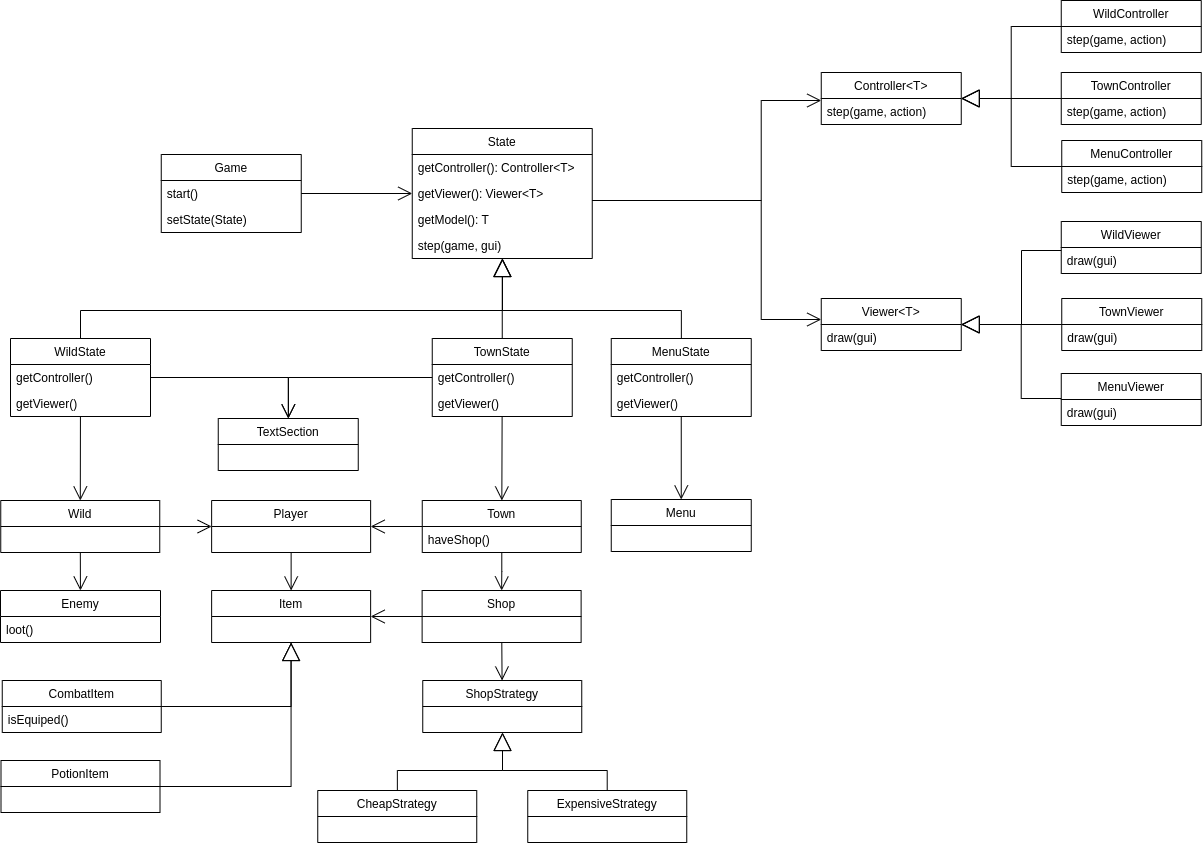
Before: docs/uml/UML.png, a diagram exported from draw.io (sirkotal/Gradle-Knights). Source tidied: cells renumbered, new cells last; positions are measured from the earlier drawing's top-left corner, leaving out a move shared by most shapes.
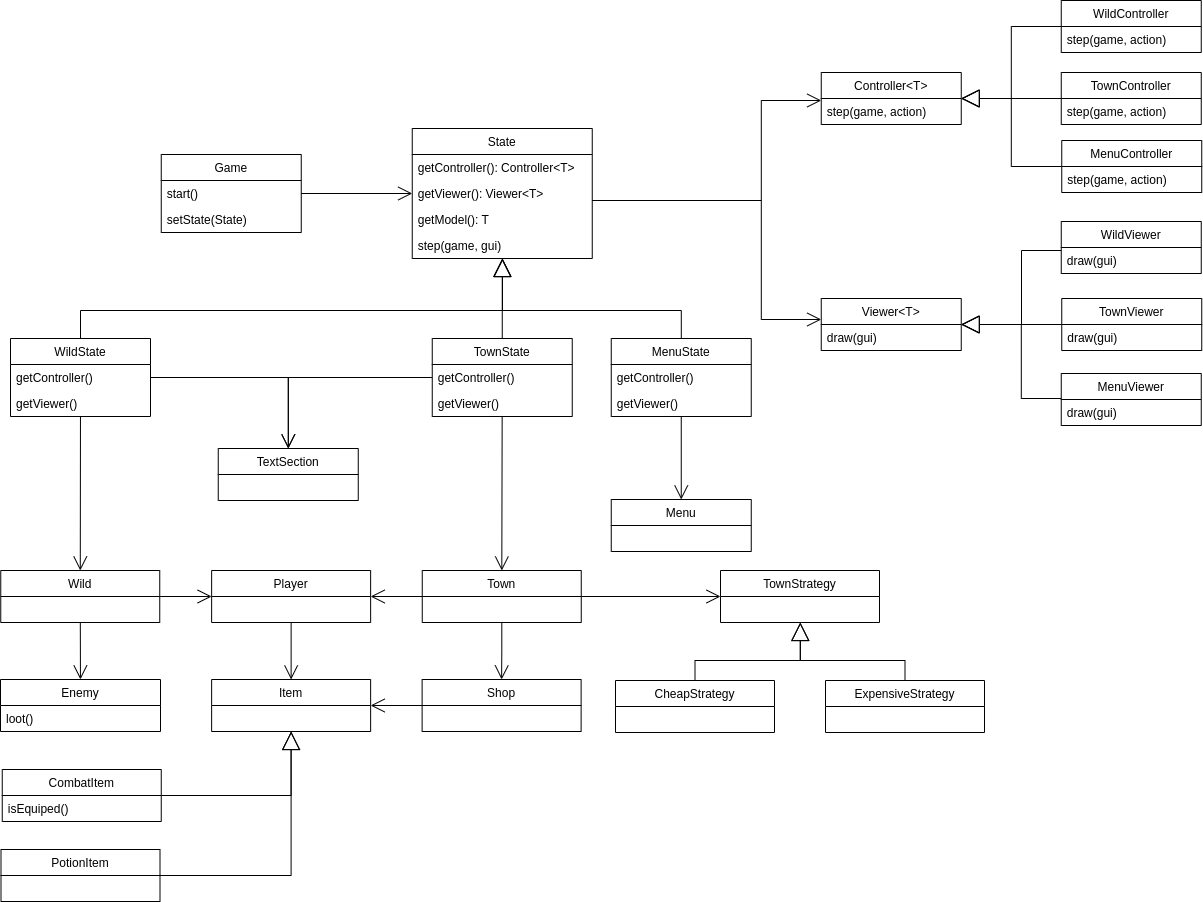
After the change.

Commit message:
updated town to have strategy instead of shop

Change to the diagram source:
```diff
@@ -102,13 +102,10 @@
       <mxGeometry x="610.8" y="499" width="140" height="52" as="geometry" />
     </mxCell>
     <mxCell id="25" value="Town" style="swimlane;fontStyle=0;horizontal=1;startSize=26;fillColor=none;" parent="1" vertex="1">
-      <mxGeometry x="421.8" y="500" width="159" height="52" as="geometry" />
+      <mxGeometry x="421.8" y="570" width="159" height="52" as="geometry" />
     </mxCell>
-    <mxCell id="26" value="haveShop()" style="text;strokeColor=none;fillColor=none;align=left;verticalAlign=top;spacingLeft=4;spacingRight=4;overflow=hidden;" parent="25" vertex="1">
-      <mxGeometry y="26" width="159" height="26" as="geometry" />
-    </mxCell>
     <mxCell id="27" value="Wild" style="swimlane;fontStyle=0;horizontal=1;startSize=26;fillColor=none;" parent="1" vertex="1">
-      <mxGeometry x="0.2" y="500" width="159" height="52" as="geometry" />
+      <mxGeometry x="0.2" y="570" width="159" height="52" as="geometry" />
     </mxCell>
     <mxCell id="28" value="Controller&lt;T&gt;" style="swimlane;fontStyle=0;horizontal=1;startSize=26;fillColor=none;" parent="1" vertex="1">
       <mxGeometry x="820.8" y="72" width="140" height="52" as="geometry" />
@@ -147,13 +144,13 @@
       <mxGeometry y="26" width="140" height="26" as="geometry" />
     </mxCell>
     <mxCell id="40" value="TextSection" style="swimlane;fontStyle=0;horizontal=1;startSize=26;fillColor=none;" parent="1" vertex="1">
-      <mxGeometry x="217.8" y="418" width="140" height="52" as="geometry" />
+      <mxGeometry x="217.8" y="448" width="140" height="52" as="geometry" />
     </mxCell>
     <mxCell id="41" value="Player" style="swimlane;fontStyle=0;horizontal=1;startSize=26;fillColor=none;" parent="1" vertex="1">
-      <mxGeometry x="211.1" y="500" width="159" height="52" as="geometry" />
+      <mxGeometry x="211.1" y="570" width="159" height="52" as="geometry" />
     </mxCell>
     <mxCell id="42" value="Shop" style="swimlane;fontStyle=0;horizontal=1;startSize=26;fillColor=none;" parent="1" vertex="1">
-      <mxGeometry x="421.6" y="590" width="159" height="52" as="geometry" />
+      <mxGeometry x="421.6" y="679" width="159" height="52" as="geometry" />
     </mxCell>
     <mxCell id="43" style="endArrow=open;endFill=1;endSize=12;html=1;rounded=0;edgeStyle=orthogonalEdgeStyle;" parent="1" edge="1" source="25" target="42">
       <mxGeometry relative="1" as="geometry" />
@@ -168,7 +165,7 @@
       <mxGeometry relative="1" as="geometry" />
     </mxCell>
     <mxCell id="47" value="Enemy" style="swimlane;fontStyle=0;horizontal=1;startSize=26;fillColor=none;" parent="1" vertex="1">
-      <mxGeometry y="590" width="160" height="52" as="geometry" />
+      <mxGeometry y="679" width="160" height="52" as="geometry" />
     </mxCell>
     <mxCell id="48" value="loot()" style="text;strokeColor=none;fillColor=none;align=left;verticalAlign=top;spacingLeft=4;spacingRight=4;overflow=hidden;" parent="47" vertex="1">
       <mxGeometry y="26" width="160" height="26" as="geometry" />
@@ -231,36 +228,36 @@
     <mxCell id="64" style="endArrow=block;endSize=16;endFill=0;html=1;rounded=0;" parent="1" edge="1" source="62" target="30">
       <mxGeometry relative="1" as="geometry" />
     </mxCell>
-    <mxCell id="65" value="ShopStrategy" style="swimlane;fontStyle=0;horizontal=1;startSize=26;fillColor=none;" parent="1" vertex="1">
-      <mxGeometry x="422.2" y="680" width="159" height="52" as="geometry" />
+    <mxCell id="65" value="TownStrategy" style="swimlane;fontStyle=0;horizontal=1;startSize=26;fillColor=none;" parent="1" vertex="1">
+      <mxGeometry x="720" y="570" width="159" height="52" as="geometry" />
     </mxCell>
-    <mxCell id="66" style="endArrow=open;endFill=1;endSize=12;html=1;rounded=0;" parent="1" edge="1" source="42" target="65">
+    <mxCell id="66" style="endArrow=open;endFill=1;endSize=12;html=1;rounded=0;" parent="1" edge="1" source="25" target="65">
       <mxGeometry relative="1" as="geometry" />
     </mxCell>
     <mxCell id="67" value="CheapStrategy" style="swimlane;fontStyle=0;horizontal=1;startSize=26;fillColor=none;" parent="1" vertex="1">
-      <mxGeometry x="317.2" y="790" width="159" height="52" as="geometry" />
+      <mxGeometry x="615" y="680" width="159" height="52" as="geometry" />
     </mxCell>
     <mxCell id="68" value="ExpensiveStrategy" style="swimlane;fontStyle=0;horizontal=1;startSize=26;fillColor=none;" parent="1" vertex="1">
-      <mxGeometry x="527.2" y="790" width="159" height="52" as="geometry" />
+      <mxGeometry x="825" y="680" width="159" height="52" as="geometry" />
     </mxCell>
     <mxCell id="69" style="endArrow=block;endSize=16;endFill=0;html=1;rounded=0;edgeStyle=orthogonalEdgeStyle;" parent="1" edge="1" source="67" target="65">
       <mxGeometry x="-0.03" y="-20" relative="1" as="geometry">
         <Array as="points">
-          <mxPoint x="397" y="770" />
-          <mxPoint x="502" y="770" />
+          <mxPoint x="694.8" y="660" />
+          <mxPoint x="799.8" y="660" />
         </Array>
       </mxGeometry>
     </mxCell>
     <mxCell id="70" style="endArrow=block;endSize=16;endFill=0;html=1;rounded=0;edgeStyle=orthogonalEdgeStyle;" parent="1" edge="1" source="68" target="65">
       <mxGeometry x="-0.03" y="-20" relative="1" as="geometry">
         <Array as="points">
-          <mxPoint x="607" y="770" />
-          <mxPoint x="502" y="770" />
+          <mxPoint x="904.8" y="660" />
+          <mxPoint x="799.8" y="660" />
         </Array>
       </mxGeometry>
     </mxCell>
     <mxCell id="71" value="Item" style="swimlane;fontStyle=0;horizontal=1;startSize=26;fillColor=none;" parent="1" vertex="1">
-      <mxGeometry x="211.1" y="590" width="159" height="52" as="geometry" />
+      <mxGeometry x="211.1" y="679" width="159" height="52" as="geometry" />
     </mxCell>
     <mxCell id="72" style="endArrow=open;endFill=1;endSize=12;html=1;rounded=0;" parent="1" edge="1" source="41" target="71">
       <mxGeometry relative="1" as="geometry" />
@@ -269,13 +266,13 @@
       <mxGeometry relative="1" as="geometry" />
     </mxCell>
     <mxCell id="74" value="CombatItem" style="swimlane;fontStyle=0;horizontal=1;startSize=26;fillColor=none;" parent="1" vertex="1">
-      <mxGeometry x="1.8" y="680" width="159" height="52" as="geometry" />
+      <mxGeometry x="1.8" y="769" width="159" height="52" as="geometry" />
     </mxCell>
     <mxCell id="75" value="isEquiped()" style="text;strokeColor=none;fillColor=none;align=left;verticalAlign=top;spacingLeft=4;spacingRight=4;overflow=hidden;" parent="74" vertex="1">
       <mxGeometry y="26" width="159" height="26" as="geometry" />
     </mxCell>
     <mxCell id="76" value="PotionItem" style="swimlane;fontStyle=0;horizontal=1;startSize=26;fillColor=none;" parent="1" vertex="1">
-      <mxGeometry x="0.5" y="760" width="159" height="52" as="geometry" />
+      <mxGeometry x="0.5" y="849" width="159" height="52" as="geometry" />
     </mxCell>
     <mxCell id="77" style="endArrow=block;endSize=16;endFill=0;html=1;rounded=0;edgeStyle=orthogonalEdgeStyle;" parent="1" edge="1" source="74" target="71">
       <mxGeometry x="-0.03" y="-20" relative="1" as="geometry" />
```
